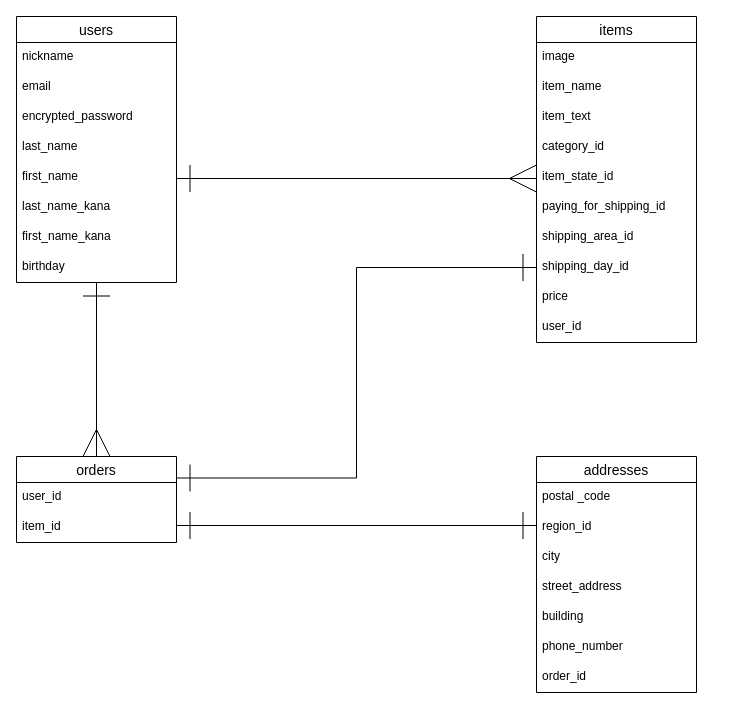
This is er.dio from satoko123/furima-31962, a draw.io file, before an edit. Source tidied: cells renumbered, new cells numbered last; positions are measured from the earlier drawing's top-left corner, leaving out a move shared by most shapes. Both pictures are drawn from the tidied source at 100%, with x=0, y=0 at pixel (16, 16).
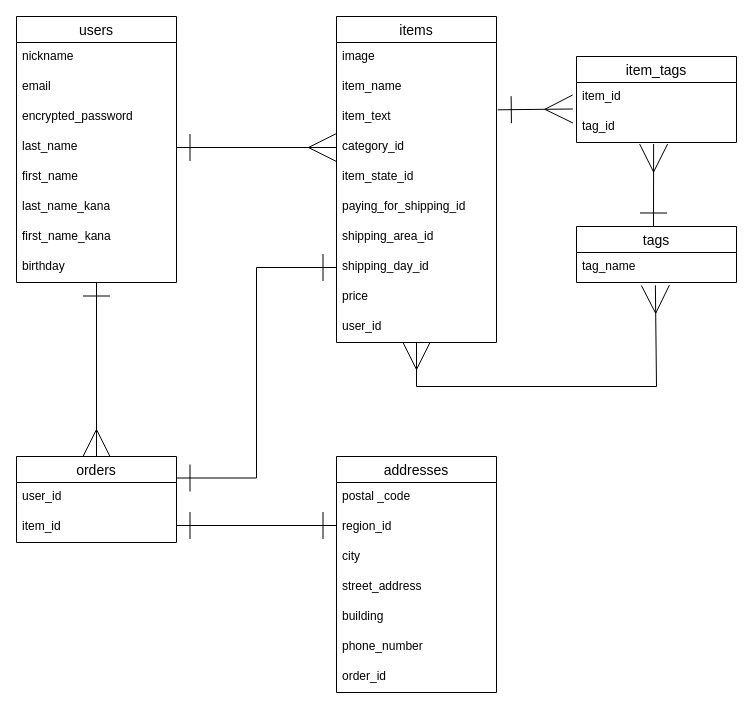
Above is the later version.

Commit message (it also covers changes not shown here):
ER図・READMEの修正

Unchanged cells that the change refers to:
```xml
<mxCell id="13" value="item_text" style="text;strokeColor=none;fillColor=none;spacingLeft=4;spacingRight=4;overflow=hidden;points=[[0,0.5],[1,0.5]];portConstraint=eastwest;fontSize=12;" parent="10" vertex="1">
  <mxGeometry y="86" width="160" height="30" as="geometry" />
</mxCell>
<mxCell id="14" value="category_id" style="text;strokeColor=none;fillColor=none;spacingLeft=4;spacingRight=4;overflow=hidden;points=[[0,0.5],[1,0.5]];portConstraint=eastwest;fontSize=12;" parent="10" vertex="1">
  <mxGeometry y="116" width="160" height="30" as="geometry" />
</mxCell>
<mxCell id="30" value="last_name" style="text;strokeColor=none;fillColor=none;spacingLeft=4;spacingRight=4;overflow=hidden;points=[[0,0.5],[1,0.5]];portConstraint=eastwest;fontSize=12;" parent="26" vertex="1">
  <mxGeometry y="116" width="160" height="30" as="geometry" />
</mxCell>
```

What changed in the source:
```diff
@@
     <mxCell id="2" value="addresses" style="swimlane;fontStyle=0;horizontal=1;startSize=26;align=center;fontSize=14;" parent="1" vertex="1">
-      <mxGeometry x="520" y="440" width="160" height="236" as="geometry" />
+      <mxGeometry x="320" y="440" width="160" height="236" as="geometry" />
     </mxCell>
@@
     <mxCell id="10" value="items" style="swimlane;fontStyle=0;horizontal=1;startSize=26;align=center;fontSize=14;" parent="1" vertex="1">
-      <mxGeometry x="520" width="160" height="326" as="geometry" />
+      <mxGeometry x="320" width="160" height="326" as="geometry" />
     </mxCell>
@@
-    <mxCell id="35" style="edgeStyle=orthogonalEdgeStyle;rounded=0;orthogonalLoop=1;jettySize=auto;html=1;exitX=1;exitY=0.5;exitDx=0;exitDy=0;entryX=0;entryY=0.5;entryDx=0;entryDy=0;endArrow=ERmany;endFill=0;strokeWidth=1;targetPerimeterSpacing=0;endSize=25;startArrow=ERone;startFill=0;startSize=25;" parent="1" edge="1">
-      <mxGeometry relative="1" as="geometry">
-        <mxPoint x="160" y="162" as="sourcePoint" />
-        <mxPoint x="520" y="162" as="targetPoint" />
-      </mxGeometry>
-    </mxCell>
-    <mxCell id="36" style="edgeStyle=orthogonalEdgeStyle;rounded=0;orthogonalLoop=1;jettySize=auto;html=1;exitX=1;exitY=0.5;exitDx=0;exitDy=0;entryX=0;entryY=0.5;entryDx=0;entryDy=0;startArrow=ERone;startFill=0;startSize=25;endArrow=ERone;endFill=0;endSize=25;targetPerimeterSpacing=0;strokeWidth=1;" parent="1" edge="1">
+    <mxCell id="36" style="edgeStyle=orthogonalEdgeStyle;rounded=0;orthogonalLoop=1;jettySize=auto;html=1;exitX=1;exitY=0.5;exitDx=0;exitDy=0;startArrow=ERone;startFill=0;startSize=25;endArrow=ERone;endFill=0;endSize=25;targetPerimeterSpacing=0;strokeWidth=1;" parent="1" edge="1">
       <mxGeometry relative="1" as="geometry">
         <mxPoint x="160" y="509" as="sourcePoint" />
-        <mxPoint x="520" y="509" as="targetPoint" />
+        <mxPoint x="320" y="509" as="targetPoint" />
       </mxGeometry>
     </mxCell>
+    <mxCell id="37" value="item_tags" style="swimlane;fontStyle=0;horizontal=1;startSize=26;align=center;fontSize=14;" parent="1" vertex="1">
+      <mxGeometry x="560" y="40" width="160" height="86" as="geometry" />
+    </mxCell>
+    <mxCell id="38" value="item_id" style="text;strokeColor=none;fillColor=none;spacingLeft=4;spacingRight=4;overflow=hidden;points=[[0,0.5],[1,0.5]];portConstraint=eastwest;fontSize=12;" parent="37" vertex="1">
+      <mxGeometry y="26" width="160" height="30" as="geometry" />
+    </mxCell>
+    <mxCell id="39" value="tag_id" style="text;strokeColor=none;fillColor=none;spacingLeft=4;spacingRight=4;overflow=hidden;points=[[0,0.5],[1,0.5]];portConstraint=eastwest;fontSize=12;" parent="37" vertex="1">
+      <mxGeometry y="56" width="160" height="30" as="geometry" />
+    </mxCell>
+    <mxCell id="40" value="tags" style="swimlane;fontStyle=0;horizontal=1;startSize=26;align=center;fontSize=14;" parent="1" vertex="1">
+      <mxGeometry x="560" y="210" width="160" height="56" as="geometry" />
+    </mxCell>
+    <mxCell id="41" value="tag_name" style="text;strokeColor=none;fillColor=none;spacingLeft=4;spacingRight=4;overflow=hidden;points=[[0,0.5],[1,0.5]];portConstraint=eastwest;fontSize=12;" parent="40" vertex="1">
+      <mxGeometry y="26" width="160" height="30" as="geometry" />
+    </mxCell>
+    <mxCell id="42" style="edgeStyle=none;rounded=0;jettySize=auto;html=1;exitX=1;exitY=0.5;exitDx=0;exitDy=0;entryX=0;entryY=0.5;entryDx=0;entryDy=0;endArrow=ERmany;endFill=0;endSize=26;startArrow=ERone;startFill=0;startSize=25;" parent="1" edge="1" source="30" target="14">
+      <mxGeometry relative="1" as="geometry" />
+    </mxCell>
+    <mxCell id="43" style="edgeStyle=none;rounded=0;jettySize=auto;html=1;exitX=0.5;exitY=1;exitDx=0;exitDy=0;entryX=0.493;entryY=1.094;entryDx=0;entryDy=0;endArrow=ERmany;endFill=0;endSize=26;startArrow=ERmany;startFill=0;startSize=25;entryPerimeter=0;" parent="1" edge="1" source="10" target="41">
+      <mxGeometry relative="1" as="geometry">
+        <Array as="points">
+          <mxPoint x="400" y="370" />
+          <mxPoint x="640" y="370" />
+        </Array>
+      </mxGeometry>
+    </mxCell>
+    <mxCell id="44" style="edgeStyle=none;rounded=0;jettySize=auto;html=1;entryX=0.482;entryY=1.05;entryDx=0;entryDy=0;endArrow=ERmany;endFill=0;endSize=26;startArrow=ERone;startFill=0;startSize=25;entryPerimeter=0;" parent="1" edge="1" target="39">
+      <mxGeometry relative="1" as="geometry">
+        <mxPoint x="637" y="210" as="sourcePoint" />
+      </mxGeometry>
+    </mxCell>
+    <mxCell id="45" style="edgeStyle=none;rounded=0;jettySize=auto;html=1;entryX=-0.023;entryY=0.883;entryDx=0;entryDy=0;endArrow=ERmany;endFill=0;endSize=26;startArrow=ERone;startFill=0;startSize=25;entryPerimeter=0;exitX=1.008;exitY=0.244;exitDx=0;exitDy=0;exitPerimeter=0;" parent="1" edge="1" source="13" target="38">
+      <mxGeometry relative="1" as="geometry" />
+    </mxCell>
```
